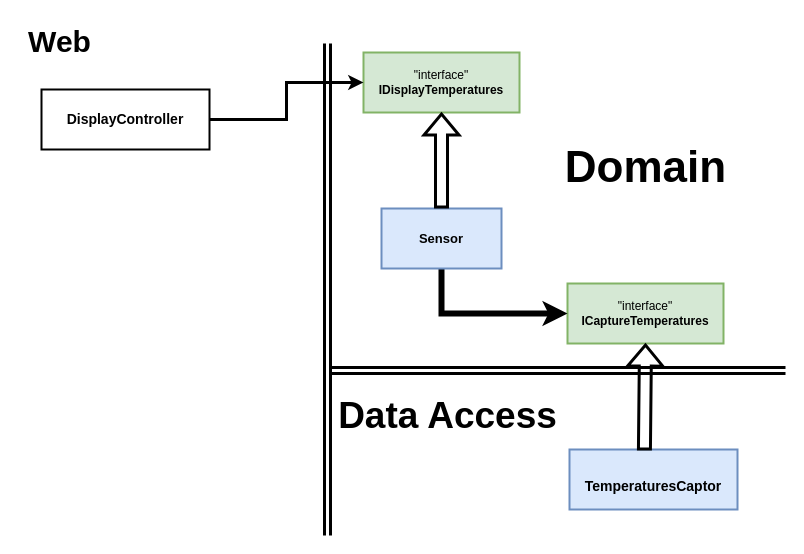
Daf-s-Temperature-Captor/Kata-Temperature-Sensor keeps this draw.io diagram as docs/temperatureCaptor-flow-of-control.drawio. Above is the earlier version. Source tidied: cells renumbered, new cells numbered last; positions are measured from the earlier drawing's top-left corner, leaving out a move shared by most shapes. Both pictures are drawn from the tidied source at 100%, with x=0, y=0 at pixel (17, 17).
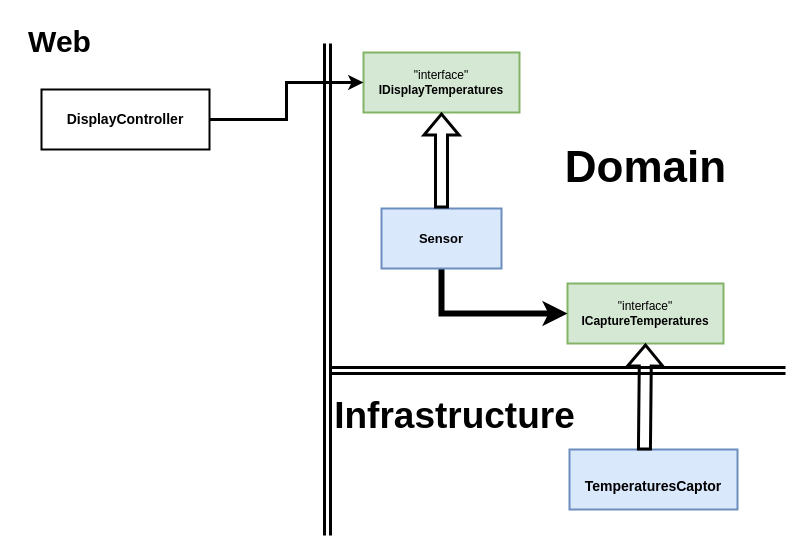
After the change.

Change to the diagram source:
```diff
@@
 <mxGraphModel>
   <root>
     <mxCell id="0" />
     <mxCell id="1" parent="0" />
     <mxCell id="2" style="endArrow=none;html=1;rounded=0;strokeWidth=3;shape=link;" parent="1" edge="1">
       <mxGeometry relative="1" as="geometry">
         <mxPoint x="310" y="518" as="sourcePoint" />
         <mxPoint x="310" y="26" as="targetPoint" />
       </mxGeometry>
     </mxCell>
     <mxCell id="3" value="&quot;interface&quot;&lt;br&gt;&lt;b&gt;IDisplayTemperatures&lt;/b&gt;" style="rounded=0;whiteSpace=wrap;html=1;fillColor=#d5e8d4;strokeColor=#82b366;strokeWidth=2;" parent="1" vertex="1">
       <mxGeometry x="346" y="35" width="156" height="60" as="geometry" />
     </mxCell>
     <mxCell id="4" value="&quot;interface&quot;&lt;br&gt;&lt;b&gt;ICaptureTemperatures&lt;/b&gt;" style="rounded=0;whiteSpace=wrap;html=1;fillColor=#d5e8d4;strokeColor=#82b366;strokeWidth=2;" parent="1" vertex="1">
       <mxGeometry x="550" y="266" width="156" height="60" as="geometry" />
     </mxCell>
     <mxCell id="5" style="edgeStyle=orthogonalEdgeStyle;rounded=0;jettySize=auto;html=1;exitX=0.5;exitY=1;exitDx=0;exitDy=0;entryX=0;entryY=0.5;entryDx=0;entryDy=0;strokeWidth=6;fontSize=13;endArrow=classic;endFill=1;" parent="1" edge="1" source="6" target="4">
       <mxGeometry relative="1" as="geometry" />
     </mxCell>
     <mxCell id="6" value="&lt;font size=&quot;1&quot;&gt;&lt;b style=&quot;font-size: 13px;&quot;&gt;Sensor&lt;/b&gt;&lt;/font&gt;" style="rounded=0;whiteSpace=wrap;html=1;strokeWidth=2;fillColor=#dae8fc;strokeColor=#6c8ebf;" parent="1" vertex="1">
       <mxGeometry x="364" y="191" width="120" height="60" as="geometry" />
     </mxCell>
     <mxCell id="7" style="endArrow=block;html=1;rounded=0;strokeWidth=3;fontSize=13;exitX=0.5;exitY=0;exitDx=0;exitDy=0;entryX=0.5;entryY=1;entryDx=0;entryDy=0;endFill=0;shape=flexArrow;" parent="1" edge="1" source="6" target="3">
       <mxGeometry relative="1" as="geometry" />
     </mxCell>
     <mxCell id="8" value="&lt;font style=&quot;font-size: 44px;&quot;&gt;&lt;b&gt;Domain&lt;/b&gt;&lt;/font&gt;" style="text;html=1;align=center;verticalAlign=middle;strokeColor=none;fillColor=none;fontSize=13;" parent="1" vertex="1">
       <mxGeometry x="532" y="114" width="192" height="72" as="geometry" />
     </mxCell>
     <mxCell id="9" style="endArrow=none;html=1;rounded=0;strokeWidth=3;fontSize=44;shape=link;" parent="1" edge="1">
       <mxGeometry relative="1" as="geometry">
         <mxPoint x="312" y="353" as="sourcePoint" />
         <mxPoint x="768" y="353" as="targetPoint" />
       </mxGeometry>
     </mxCell>
-    <mxCell id="10" value="&lt;font size=&quot;1&quot; style=&quot;&quot;&gt;&lt;b style=&quot;font-size: 37px;&quot;&gt;Data Access&lt;/b&gt;&lt;/font&gt;" style="text;html=1;align=center;verticalAlign=middle;strokeColor=none;fillColor=none;fontSize=44;" parent="1" vertex="1">
-      <mxGeometry x="310" y="360" width="240" height="72" as="geometry" />
+    <mxCell id="10" value="&lt;font size=&quot;1&quot; style=&quot;&quot;&gt;&lt;b style=&quot;font-size: 37px;&quot;&gt;Infrastructure&lt;/b&gt;&lt;/font&gt;" style="text;html=1;align=center;verticalAlign=middle;strokeColor=none;fillColor=none;fontSize=44;" parent="1" vertex="1">
+      <mxGeometry x="305" y="360" width="264" height="72" as="geometry" />
     </mxCell>
     <mxCell id="11" value="&lt;font style=&quot;font-size: 14px;&quot;&gt;&lt;b&gt;TemperaturesCaptor&lt;/b&gt;&lt;/font&gt;" style="rounded=0;whiteSpace=wrap;html=1;strokeWidth=2;fontSize=37;fillColor=#dae8fc;strokeColor=#6c8ebf;" parent="1" vertex="1">
       <mxGeometry x="552" y="432" width="168" height="60" as="geometry" />
     </mxCell>
     <mxCell id="12" style="shape=flexArrow;endArrow=classic;html=1;rounded=0;strokeWidth=3;fontSize=14;exitX=0.446;exitY=0.017;exitDx=0;exitDy=0;entryX=0.5;entryY=1;entryDx=0;entryDy=0;exitPerimeter=0;" parent="1" edge="1" source="11" target="4">
       <mxGeometry relative="1" as="geometry" />
     </mxCell>
     <mxCell id="13" style="edgeStyle=orthogonalEdgeStyle;rounded=0;jettySize=auto;html=1;exitX=1;exitY=0.5;exitDx=0;exitDy=0;strokeWidth=3;fontSize=14;endArrow=classic;endFill=1;" parent="1" edge="1" source="14" target="3">
       <mxGeometry relative="1" as="geometry" />
     </mxCell>
     <mxCell id="14" value="&lt;b&gt;DisplayController&lt;/b&gt;" style="rounded=0;whiteSpace=wrap;html=1;strokeWidth=2;fontSize=14;" parent="1" vertex="1">
       <mxGeometry x="24" y="72" width="168" height="60" as="geometry" />
     </mxCell>
     <mxCell id="15" value="&lt;b&gt;&lt;font style=&quot;font-size: 30px;&quot;&gt;Web&lt;/font&gt;&lt;/b&gt;" style="text;html=1;align=center;verticalAlign=middle;strokeColor=none;fillColor=none;fontSize=14;" parent="1" vertex="1">
       <mxGeometry width="84" height="48" as="geometry" />
     </mxCell>
   </root>
 </mxGraphModel>
```
